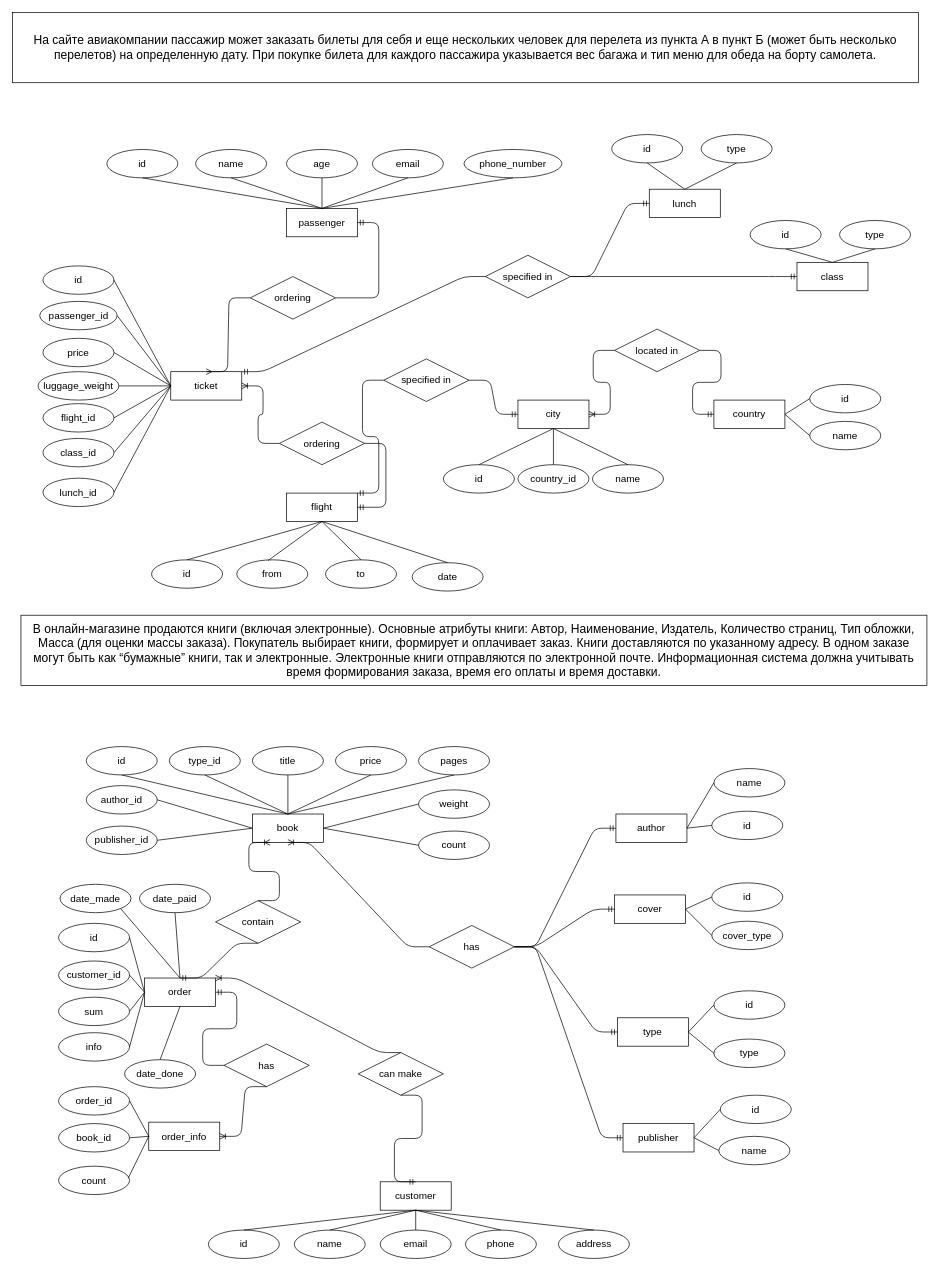
The draw.io diagram Database/ER Diagrams.drawio in Weltburger/incubator-week2, before the edit. Source tidied: cells renumbered, new cells numbered last; positions are measured from the earlier drawing's top-left corner, leaving out a move shared by most shapes. Both pictures are drawn from the tidied source at 71%, with x=0, y=0 at pixel (12, 12).
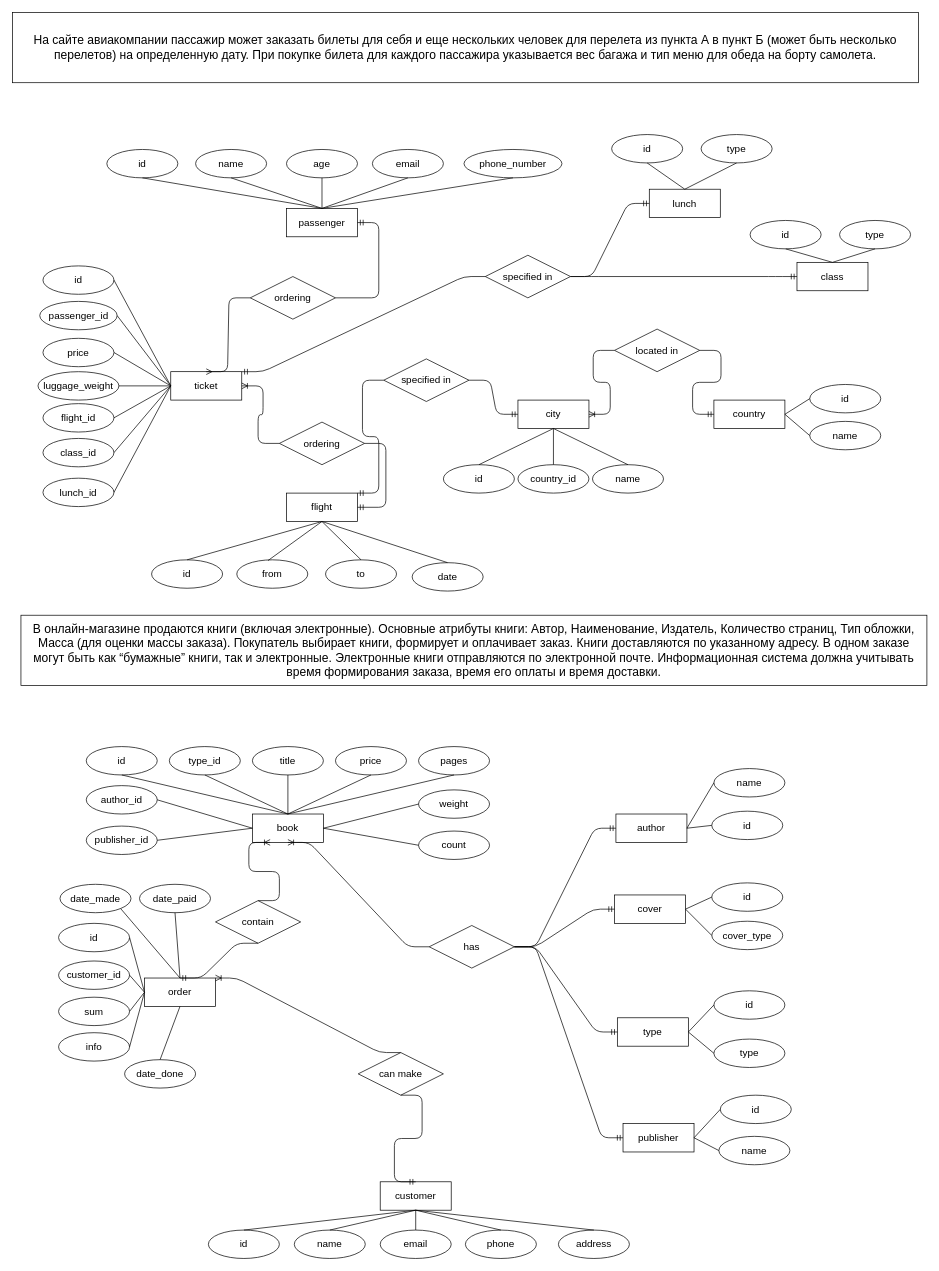
Above is the later version.

The change refers to these unchanged cells:
```xml
<mxCell id="80" value="&lt;span style=&quot;font-size: 14px&quot;&gt;order&lt;/span&gt;" style="whiteSpace=wrap;html=1;align=center;fontSize=17;" parent="1" vertex="1">
  <mxGeometry x="186" y="1360" width="100" height="40" as="geometry" />
</mxCell>
```

Change to the diagram source:
```diff
@@
-    <mxCell id="81" value="&lt;span style=&quot;font-size: 14px&quot;&gt;order_info&lt;br&gt;&lt;/span&gt;" style="whiteSpace=wrap;html=1;align=center;fontSize=17;" parent="1" vertex="1">
-      <mxGeometry x="192" y="1563" width="100" height="40" as="geometry" />
-    </mxCell>
@@
-    <mxCell id="103" value="order_id" style="ellipse;whiteSpace=wrap;html=1;align=center;fontSize=14;" parent="1" vertex="1">
-      <mxGeometry x="65" y="1513" width="100" height="40" as="geometry" />
-    </mxCell>
-    <mxCell id="104" value="book_id" style="ellipse;whiteSpace=wrap;html=1;align=center;fontSize=14;" parent="1" vertex="1">
-      <mxGeometry x="65" y="1565" width="100" height="40" as="geometry" />
-    </mxCell>
-    <mxCell id="105" value="count" style="ellipse;whiteSpace=wrap;html=1;align=center;fontSize=14;" parent="1" vertex="1">
-      <mxGeometry x="65" y="1625" width="100" height="40" as="geometry" />
-    </mxCell>
@@
-    <mxCell id="136" style="endArrow=none;html=1;fontSize=14;entryX=1;entryY=0.5;entryDx=0;entryDy=0;exitX=0;exitY=0.5;exitDx=0;exitDy=0;" parent="1" edge="1" source="81" target="104">
-      <mxGeometry relative="1" as="geometry" />
-    </mxCell>
-    <mxCell id="137" style="endArrow=none;html=1;fontSize=14;exitX=0;exitY=0.5;exitDx=0;exitDy=0;" parent="1" edge="1" source="81">
-      <mxGeometry relative="1" as="geometry">
-        <mxPoint x="163" y="1642" as="targetPoint" />
-      </mxGeometry>
-    </mxCell>
-    <mxCell id="138" style="endArrow=none;html=1;fontSize=14;exitX=1;exitY=0.5;exitDx=0;exitDy=0;entryX=0;entryY=0.5;entryDx=0;entryDy=0;" parent="1" edge="1" source="103" target="81">
-      <mxGeometry relative="1" as="geometry" />
-    </mxCell>
@@
-    <mxCell id="149" value="has" style="shape=rhombus;perimeter=rhombusPerimeter;whiteSpace=wrap;html=1;align=center;fontSize=14;" parent="1" vertex="1">
-      <mxGeometry x="298" y="1453" width="120" height="60" as="geometry" />
-    </mxCell>
@@
-    <mxCell id="152" style="edgeStyle=entityRelationEdgeStyle;fontSize=12;html=1;endArrow=ERmandOne;" parent="1" edge="1" source="149" target="80">
-      <mxGeometry relative="1" as="geometry" />
-    </mxCell>
-    <mxCell id="153" style="edgeStyle=entityRelationEdgeStyle;fontSize=12;html=1;endArrow=ERoneToMany;exitX=0.5;exitY=1;exitDx=0;exitDy=0;" parent="1" edge="1" source="149" target="81">
-      <mxGeometry relative="1" as="geometry" />
-    </mxCell>
```
